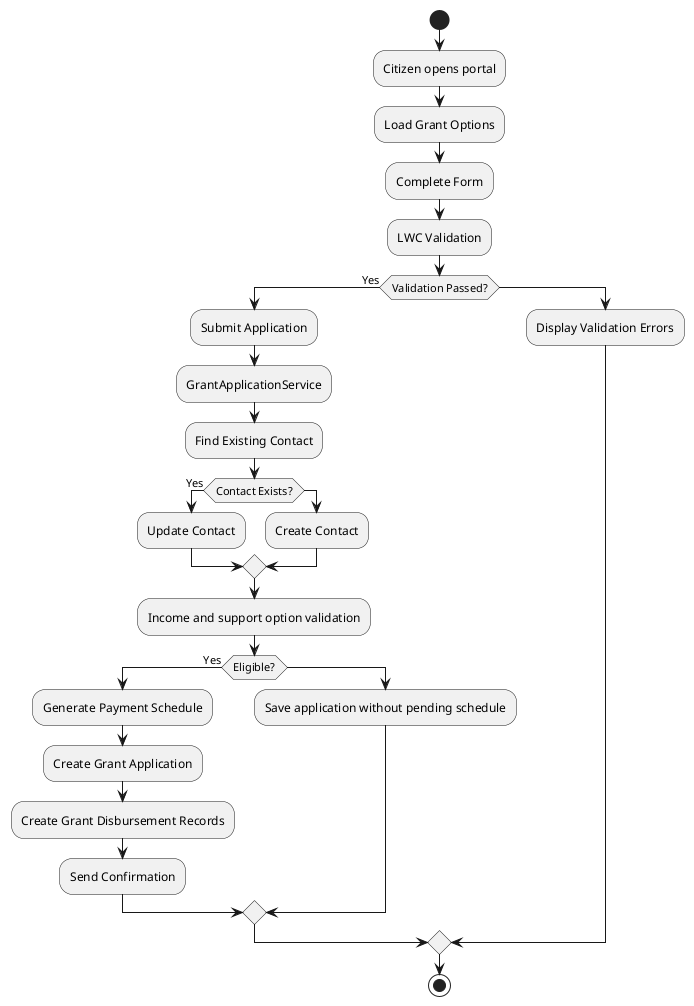
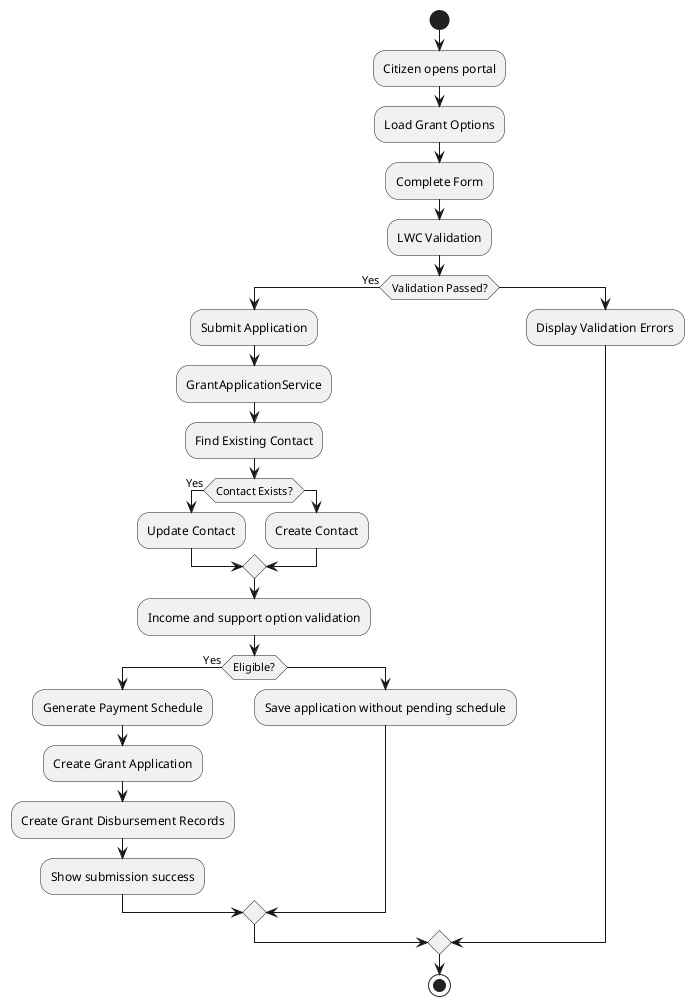
@startuml

start

:Citizen opens portal;

:Load Grant Options;

:Complete Form;

:LWC Validation;

if (Validation Passed?) then (Yes)

:Submit Application;

:GrantApplicationService;

:Find Existing Contact;

if (Contact Exists?) then (Yes)

:Update Contact;

else

:Create Contact;

endif

:Income and support option validation;

if (Eligible?) then (Yes)

:Generate Payment Schedule;

:Create Grant Application;

:Create Grant Disbursement Records;

- :Send Confirmation;
+ :Show submission success;

else

:Save application without pending schedule;

endif

else

:Display Validation Errors;

endif

stop

@enduml
